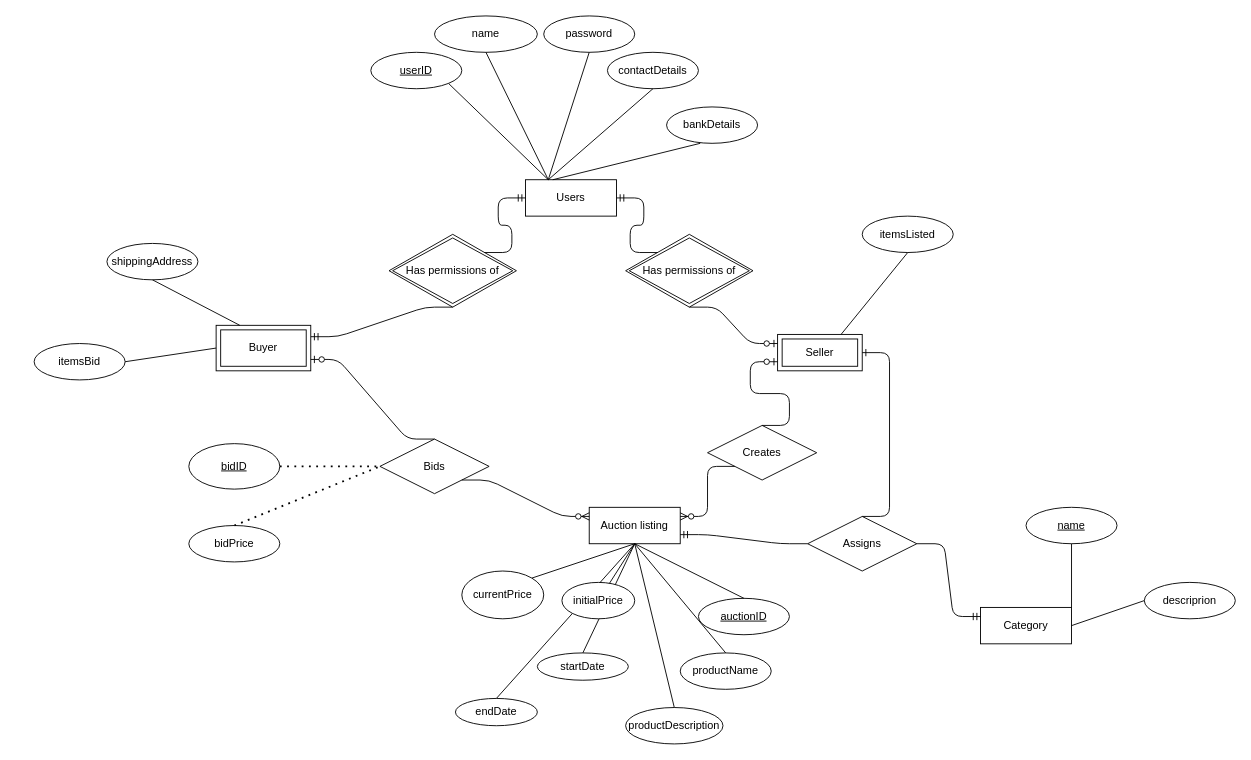
The draw.io diagram page "Gabriel" (2 of 3) of Auction Site ERD.drawio in rwshaw/Auction-Website, before the edit. Source tidied: cells renumbered, new cells numbered last; positions are measured from the earlier drawing's top-left corner, leaving out a move shared by most shapes. Both pictures are drawn from the tidied source at 91%, with x=0, y=0 at pixel (34, 15).
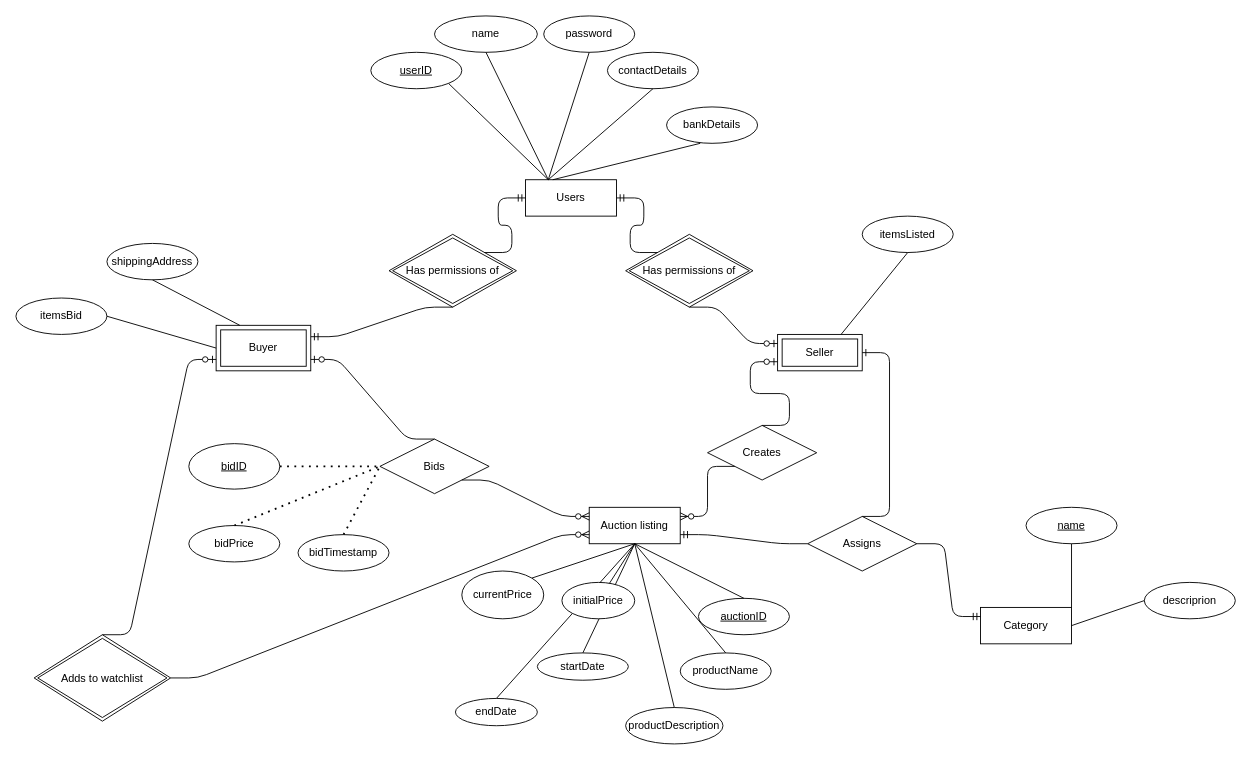
The same page after the edit.

Unchanged cells that the change refers to:
```xml
<mxCell id="10" value="Auction listing" style="whiteSpace=wrap;html=1;align=center;" parent="1" vertex="1">
  <mxGeometry x="610" y="540" width="100" height="40" as="geometry" />
</mxCell>
<mxCell id="19" value="Bids" style="shape=rhombus;perimeter=rhombusPerimeter;whiteSpace=wrap;html=1;align=center;" parent="1" vertex="1">
  <mxGeometry x="380" y="465" width="120" height="60" as="geometry" />
</mxCell>
<mxCell id="35" value="Buyer" style="shape=ext;margin=3;double=1;whiteSpace=wrap;html=1;align=center;" parent="1" vertex="1">
  <mxGeometry x="200" y="340" width="104" height="50" as="geometry" />
</mxCell>
```

What changed in the source:
```diff
@@
     <mxCell id="59" value="itemsBid" style="ellipse;whiteSpace=wrap;html=1;align=center;" parent="1" vertex="1">
-      <mxGeometry y="360" width="100" height="40" as="geometry" />
+      <mxGeometry x="-20" y="310" width="100" height="40" as="geometry" />
     </mxCell>
@@
+    <mxCell id="61" value="Adds to watchlist" style="shape=rhombus;double=1;perimeter=rhombusPerimeter;whiteSpace=wrap;html=1;align=center;shadow=0;sketch=0;strokeColor=#000000;gradientColor=none;" parent="1" vertex="1">
+      <mxGeometry y="680" width="150" height="95" as="geometry" />
+    </mxCell>
+    <mxCell id="62" style="edgeStyle=entityRelationEdgeStyle;fontSize=12;html=1;endArrow=ERzeroToOne;endFill=1;entryX=0;entryY=0.75;entryDx=0;entryDy=0;exitX=0.5;exitY=0;exitDx=0;exitDy=0;" parent="1" edge="1" source="61" target="35">
+      <mxGeometry relative="1" as="geometry" />
+    </mxCell>
+    <mxCell id="63" style="edgeStyle=entityRelationEdgeStyle;fontSize=12;html=1;endArrow=ERzeroToMany;endFill=1;entryX=0;entryY=0.75;entryDx=0;entryDy=0;exitX=1;exitY=0.5;exitDx=0;exitDy=0;" parent="1" edge="1" source="61" target="10">
+      <mxGeometry relative="1" as="geometry" />
+    </mxCell>
+    <mxCell id="64" value="bidTimestamp" style="ellipse;whiteSpace=wrap;html=1;align=center;" parent="1" vertex="1">
+      <mxGeometry x="290" y="570" width="100" height="40" as="geometry" />
+    </mxCell>
+    <mxCell id="65" style="endArrow=none;dashed=1;html=1;dashPattern=1 3;strokeWidth=2;entryX=0;entryY=0.5;entryDx=0;entryDy=0;exitX=0.5;exitY=0;exitDx=0;exitDy=0;" parent="1" edge="1" source="64" target="19">
+      <mxGeometry relative="1" as="geometry" />
+    </mxCell>
```
